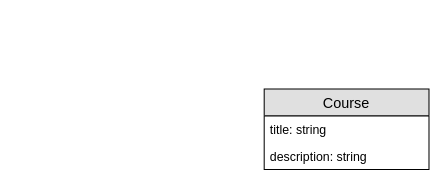
issarakoat/learn_ruby_udemy keeps this draw.io diagram as ruby_udemy_course.drawio. Above is the earlier version. Source tidied: cells renumbered, new cells numbered last; positions are measured from the earlier drawing's top-left corner, leaving out a move shared by most shapes. Both pictures are drawn from the tidied source at 103%, with x=0, y=0 at pixel (264, 89).
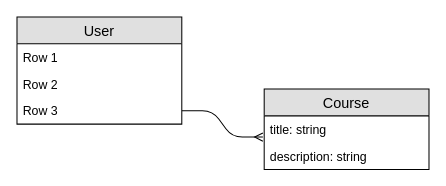
After the change.

Diff of the diagram source:
```diff
@@
 <mxGraphModel>
   <root>
     <mxCell id="0" />
     <mxCell id="1" parent="0" />
+    <mxCell id="5" style="edgeStyle=entityRelationEdgeStyle;fontSize=12;html=1;endArrow=ERmany;entryX=-0.008;entryY=0.792;entryDx=0;entryDy=0;entryPerimeter=0;exitX=1;exitY=0.5;exitDx=0;exitDy=0;" parent="1" edge="1" source="9" target="3">
+      <mxGeometry relative="1" as="geometry" />
+    </mxCell>
+    <mxCell id="6" value="User" style="swimlane;fontStyle=0;horizontal=1;startSize=26;fillColor=#e0e0e0;swimlaneFillColor=#ffffff;align=center;fontSize=14;" parent="1" vertex="1">
+      <mxGeometry x="-240" y="-70" width="160" height="104" as="geometry" />
+    </mxCell>
+    <mxCell id="7" value="Row 1" style="text;strokeColor=none;fillColor=none;spacingLeft=4;spacingRight=4;overflow=hidden;fontSize=12;" parent="6" vertex="1">
+      <mxGeometry y="26" width="160" height="26" as="geometry" />
+    </mxCell>
+    <mxCell id="8" value="Row 2" style="text;strokeColor=none;fillColor=none;spacingLeft=4;spacingRight=4;overflow=hidden;fontSize=12;" parent="6" vertex="1">
+      <mxGeometry y="52" width="160" height="26" as="geometry" />
+    </mxCell>
+    <mxCell id="9" value="Row 3" style="text;strokeColor=none;fillColor=none;spacingLeft=4;spacingRight=4;overflow=hidden;points=[[0,0.5],[1,0.5]];portConstraint=eastwest;fontSize=12;" parent="6" vertex="1">
+      <mxGeometry y="78" width="160" height="26" as="geometry" />
+    </mxCell>
     <mxCell id="2" value="Course" style="swimlane;fontStyle=0;horizontal=1;startSize=26;fillColor=#e0e0e0;swimlaneFillColor=#ffffff;align=center;fontSize=14;" parent="1" vertex="1">
       <mxGeometry width="160" height="78" as="geometry" />
     </mxCell>
     <mxCell id="3" value="title: string" style="text;strokeColor=none;fillColor=none;spacingLeft=4;spacingRight=4;overflow=hidden;points=[[0,0.5],[1,0.5]];portConstraint=eastwest;fontSize=12;" parent="2" vertex="1">
       <mxGeometry y="26" width="160" height="26" as="geometry" />
     </mxCell>
     <mxCell id="4" value="description: string" style="text;strokeColor=none;fillColor=none;spacingLeft=4;spacingRight=4;overflow=hidden;fontSize=12;" parent="2" vertex="1">
       <mxGeometry y="52" width="160" height="26" as="geometry" />
     </mxCell>
   </root>
 </mxGraphModel>
```
